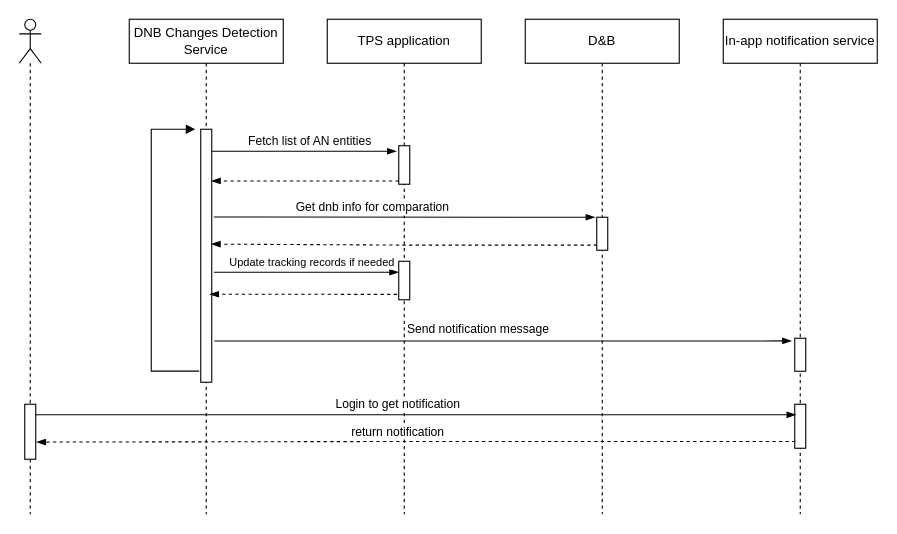
Before: Untitled Diagram.drawio in huangshijie/Drawio, a draw.io diagram. Source tidied: cells renumbered, new cells numbered last; positions are measured from the earlier drawing's top-left corner, leaving out a move shared by most shapes. Both pictures are drawn from the tidied source at 110%, with x=0, y=0 at pixel (19, 19).
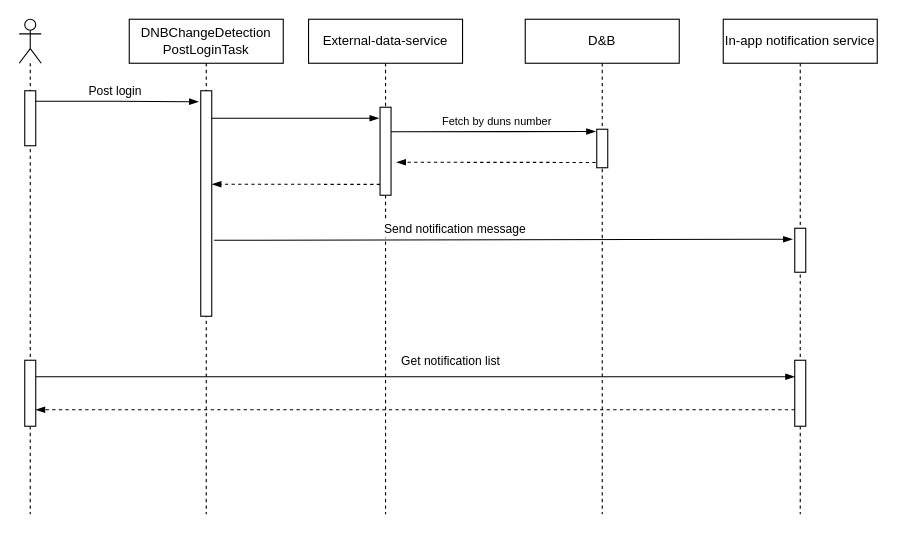
The same page after the edit.

What changed in the source:
```diff
@@
+    <mxCell id="30" style="group;" parent="1" vertex="1">
+      <mxGeometry width="780" height="450" as="geometry" />
+    </mxCell>
-    <mxCell id="2" value="TPS application" style="shape=umlLifeline;perimeter=lifelinePerimeter;whiteSpace=wrap;html=1;" parent="1" vertex="1">
-      <mxGeometry x="280" width="140" height="450" as="geometry" />
+    <mxCell id="2" value="External-data-service" style="shape=umlLifeline;perimeter=lifelinePerimeter;whiteSpace=wrap;html=1;" parent="30" vertex="1">
+      <mxGeometry x="263" width="140" height="450" as="geometry" />
     </mxCell>
     <mxCell id="3" style="html=1;points=[];perimeter=orthogonalPerimeter;" parent="2" vertex="1">
-      <mxGeometry x="65" y="115" width="10" height="35" as="geometry" />
+      <mxGeometry x="65" y="80" width="10" height="80" as="geometry" />
     </mxCell>
+    <mxCell id="9" style="edgeStyle=elbowEdgeStyle;fontSize=12;html=1;endArrow=blockThin;endFill=1;rounded=0;elbow=vertical;entryX=-0.1;entryY=0.116;entryDx=0;entryDy=0;entryPerimeter=0;" parent="2" edge="1" target="3">
+      <mxGeometry relative="1" as="geometry">
+        <mxPoint x="-88" y="90" as="sourcePoint" />
+      </mxGeometry>
+    </mxCell>
+    <mxCell id="29" style="edgeStyle=elbowEdgeStyle;fontSize=12;html=1;endArrow=blockThin;endFill=1;rounded=0;exitX=0.005;exitY=0.917;exitDx=0;exitDy=0;exitPerimeter=0;elbow=vertical;dashed=1;entryX=1.02;entryY=0.412;entryDx=0;entryDy=0;entryPerimeter=0;" parent="2" edge="1" target="16">
+      <mxGeometry relative="1" as="geometry">
+        <mxPoint x="65" y="150.1" as="sourcePoint" />
+        <Array as="points">
+          <mxPoint x="2.9" y="150" />
+        </Array>
+      </mxGeometry>
+    </mxCell>
+    <mxCell id="7" value="DNBChangeDetection&lt;br&gt;PostLoginTask" style="shape=umlLifeline;perimeter=lifelinePerimeter;whiteSpace=wrap;html=1;" parent="30" vertex="1">
+      <mxGeometry x="100" width="140" height="450" as="geometry" />
+    </mxCell>
+    <mxCell id="16" style="html=1;points=[];perimeter=orthogonalPerimeter;" parent="7" vertex="1">
+      <mxGeometry x="65" y="65" width="10" height="205" as="geometry" />
+    </mxCell>
+    <mxCell id="12" value="D&amp;amp;B" style="shape=umlLifeline;perimeter=lifelinePerimeter;whiteSpace=wrap;html=1;" parent="30" vertex="1">
+      <mxGeometry x="460" width="140" height="450" as="geometry" />
+    </mxCell>
-    <mxCell id="4" style="html=1;points=[];perimeter=orthogonalPerimeter;" parent="2" vertex="1">
-      <mxGeometry x="65" y="220" width="10" height="35" as="geometry" />
+    <mxCell id="4" style="html=1;points=[];perimeter=orthogonalPerimeter;" parent="12" vertex="1">
+      <mxGeometry x="65" y="100" width="10" height="35" as="geometry" />
     </mxCell>
+    <mxCell id="14" value="In-app notification service" style="shape=umlLifeline;perimeter=lifelinePerimeter;whiteSpace=wrap;html=1;" parent="30" vertex="1">
+      <mxGeometry x="640" width="140" height="450" as="geometry" />
+    </mxCell>
+    <mxCell id="13" style="html=1;points=[];perimeter=orthogonalPerimeter;" parent="14" vertex="1">
+      <mxGeometry x="65" y="190" width="10" height="40" as="geometry" />
+    </mxCell>
+    <mxCell id="31" style="rounded=0;whiteSpace=wrap;html=1;" parent="14" vertex="1">
+      <mxGeometry x="65" y="310" width="10" height="60" as="geometry" />
+    </mxCell>
+    <mxCell id="18" style="edgeStyle=elbowEdgeStyle;fontSize=12;html=1;endArrow=blockThin;endFill=1;rounded=0;exitX=-0.1;exitY=0.863;exitDx=0;exitDy=0;exitPerimeter=0;elbow=vertical;dashed=1;" parent="30" edge="1" source="4">
+      <mxGeometry relative="1" as="geometry">
+        <mxPoint x="343" y="130" as="targetPoint" />
+        <Array as="points">
+          <mxPoint x="363" y="130" />
+          <mxPoint x="523" y="130" />
+        </Array>
+      </mxGeometry>
+    </mxCell>
+    <mxCell id="21" style="shape=umlLifeline;participant=umlActor;perimeter=lifelinePerimeter;whiteSpace=wrap;html=1;verticalAlign=top;spacingTop=36;" parent="30" vertex="1">
+      <mxGeometry width="20" height="450" as="geometry" />
+    </mxCell>
+    <mxCell id="22" style="html=1;points=[];perimeter=orthogonalPerimeter;" parent="21" vertex="1">
+      <mxGeometry x="5" y="65" width="10" height="50" as="geometry" />
+    </mxCell>
+    <mxCell id="32" style="rounded=0;whiteSpace=wrap;html=1;" parent="21" vertex="1">
+      <mxGeometry x="5" y="310" width="10" height="60" as="geometry" />
+    </mxCell>
+    <mxCell id="23" style="edgeStyle=elbowEdgeStyle;fontSize=12;html=1;endArrow=blockThin;endFill=1;rounded=0;exitX=0.971;exitY=0.192;exitDx=0;exitDy=0;exitPerimeter=0;" parent="30" edge="1" source="22">
+      <mxGeometry relative="1" as="geometry">
+        <mxPoint x="163" y="75" as="targetPoint" />
+      </mxGeometry>
+    </mxCell>
+    <mxCell id="24" value="Post login" style="edgeLabel;html=1;align=center;verticalAlign=middle;" parent="23" vertex="1">
+      <mxGeometry x="-0.05" relative="1" as="geometry">
+        <mxPoint x="1" y="-10" as="offset" />
+      </mxGeometry>
+    </mxCell>
+    <mxCell id="27" style="edgeStyle=elbowEdgeStyle;fontSize=12;html=1;endArrow=blockThin;endFill=1;rounded=0;elbow=vertical;exitX=1.22;exitY=0.663;exitDx=0;exitDy=0;exitPerimeter=0;" parent="30" edge="1" source="16">
+      <mxGeometry relative="1" as="geometry">
+        <mxPoint x="703" y="200" as="targetPoint" />
+        <Array as="points">
+          <mxPoint x="443" y="200" />
+        </Array>
+      </mxGeometry>
+    </mxCell>
+    <mxCell id="28" value="&lt;span style=&quot;font-size: 11px;&quot;&gt;Send notification message&lt;/span&gt;" style="edgeLabel;html=1;align=center;verticalAlign=middle;fontSize=12;" parent="27" vertex="1">
+      <mxGeometry x="-0.17" relative="1" as="geometry">
+        <mxPoint y="-10" as="offset" />
+      </mxGeometry>
+    </mxCell>
-    <mxCell id="5" style="edgeStyle=elbowEdgeStyle;fontSize=12;html=1;endArrow=blockThin;endFill=1;rounded=0;elbow=vertical;" parent="2" edge="1">
+    <mxCell id="5" style="edgeStyle=elbowEdgeStyle;fontSize=12;html=1;endArrow=blockThin;endFill=1;rounded=0;elbow=vertical;entryX=-0.1;entryY=0.051;entryDx=0;entryDy=0;entryPerimeter=0;" parent="30" edge="1" target="4">
       <mxGeometry relative="1" as="geometry">
-        <mxPoint x="-103" y="230" as="sourcePoint" />
-        <mxPoint x="65" y="230" as="targetPoint" />
+        <mxPoint x="338" y="102.3" as="sourcePoint" />
       </mxGeometry>
     </mxCell>
-    <mxCell id="6" value="&lt;font style=&quot;font-size: 10px;&quot;&gt;Update tracking records if needed&lt;/font&gt;" style="edgeLabel;html=1;align=center;verticalAlign=middle;" parent="5" vertex="1">
+    <mxCell id="6" value="&lt;font style=&quot;font-size: 10px;&quot;&gt;Fetch by duns number&lt;/font&gt;" style="edgeLabel;html=1;align=center;verticalAlign=middle;" parent="5" vertex="1">
       <mxGeometry x="-0.13" y="-1" relative="1" as="geometry">
         <mxPoint x="15" y="-11" as="offset" />
       </mxGeometry>
     </mxCell>
-    <mxCell id="7" value="&lt;font style=&quot;font-size: 12px;&quot;&gt;DNB Changes Detection Service&lt;/font&gt;" style="shape=umlLifeline;perimeter=lifelinePerimeter;whiteSpace=wrap;html=1;" parent="1" vertex="1">
-      <mxGeometry x="100" width="140" height="450" as="geometry" />
-    </mxCell>
-    <mxCell id="8" style="edgeStyle=orthogonalEdgeStyle;html=1;align=left;spacingLeft=2;endArrow=block;rounded=0;exitX=-0.138;exitY=0.956;exitDx=0;exitDy=0;exitPerimeter=0;" parent="7" edge="1" source="11">
-      <mxGeometry relative="1" as="geometry">
-        <mxPoint x="60" y="100" as="targetPoint" />
-        <Array as="points">
-          <mxPoint x="20" y="320" />
-          <mxPoint x="20" y="100" />
-        </Array>
-      </mxGeometry>
-    </mxCell>
-    <mxCell id="9" style="edgeStyle=elbowEdgeStyle;fontSize=12;html=1;endArrow=blockThin;endFill=1;rounded=0;elbow=vertical;" parent="7" edge="1">
-      <mxGeometry relative="1" as="geometry">
-        <mxPoint x="75" y="120" as="sourcePoint" />
-        <mxPoint x="243" y="120" as="targetPoint" />
-      </mxGeometry>
-    </mxCell>
-    <mxCell id="10" value="Fetch list of AN entities" style="edgeLabel;html=1;align=center;verticalAlign=middle;" parent="9" vertex="1">
-      <mxGeometry x="-0.13" y="-1" relative="1" as="geometry">
-        <mxPoint x="15" y="-11" as="offset" />
-      </mxGeometry>
-    </mxCell>
-    <mxCell id="11" style="html=1;points=[];perimeter=orthogonalPerimeter;" parent="7" vertex="1">
-      <mxGeometry x="65" y="100" width="10" height="230" as="geometry" />
-    </mxCell>
-    <mxCell id="12" value="D&amp;amp;B" style="shape=umlLifeline;perimeter=lifelinePerimeter;whiteSpace=wrap;html=1;" parent="1" vertex="1">
-      <mxGeometry x="460" width="140" height="450" as="geometry" />
-    </mxCell>
-    <mxCell id="13" style="html=1;points=[];perimeter=orthogonalPerimeter;" parent="12" vertex="1">
-      <mxGeometry x="65" y="180" width="10" height="30" as="geometry" />
-    </mxCell>
-    <mxCell id="14" value="In-app notification service" style="shape=umlLifeline;perimeter=lifelinePerimeter;whiteSpace=wrap;html=1;" parent="1" vertex="1">
-      <mxGeometry x="640" width="140" height="450" as="geometry" />
-    </mxCell>
-    <mxCell id="15" style="html=1;points=[];perimeter=orthogonalPerimeter;" parent="14" vertex="1">
-      <mxGeometry x="65" y="290" width="10" height="30" as="geometry" />
-    </mxCell>
-    <mxCell id="16" style="html=1;points=[];perimeter=orthogonalPerimeter;" parent="14" vertex="1">
-      <mxGeometry x="65" y="350" width="10" height="40" as="geometry" />
-    </mxCell>
-    <mxCell id="17" style="edgeStyle=elbowEdgeStyle;fontSize=12;html=1;endArrow=blockThin;endFill=1;rounded=0;exitX=0.033;exitY=0.844;exitDx=0;exitDy=0;exitPerimeter=0;dashed=1;entryX=0.951;entryY=0.454;entryDx=0;entryDy=0;entryPerimeter=0;" parent="1" edge="1" source="13" target="11">
-      <mxGeometry relative="1" as="geometry" />
-    </mxCell>
-    <mxCell id="18" style="edgeStyle=elbowEdgeStyle;fontSize=12;html=1;endArrow=blockThin;endFill=1;rounded=0;exitX=0.005;exitY=0.917;exitDx=0;exitDy=0;exitPerimeter=0;elbow=vertical;dashed=1;entryX=0.961;entryY=0.206;entryDx=0;entryDy=0;entryPerimeter=0;" parent="1" edge="1" source="3" target="11">
-      <mxGeometry relative="1" as="geometry">
-        <Array as="points">
-          <mxPoint x="283" y="147" />
-        </Array>
-      </mxGeometry>
-    </mxCell>
-    <mxCell id="19" style="edgeStyle=elbowEdgeStyle;fontSize=12;html=1;endArrow=blockThin;endFill=1;rounded=0;entryX=-0.287;entryY=0.081;entryDx=0;entryDy=0;entryPerimeter=0;exitX=1.232;exitY=0.837;exitDx=0;exitDy=0;exitPerimeter=0;" parent="1" edge="1" source="11" target="15">
-      <mxGeometry relative="1" as="geometry" />
-    </mxCell>
-    <mxCell id="20" value="Send notification message" style="edgeLabel;html=1;align=center;verticalAlign=middle;" parent="19" vertex="1">
-      <mxGeometry x="-0.08" y="-2" relative="1" as="geometry">
-        <mxPoint x="-2" y="-13" as="offset" />
-      </mxGeometry>
-    </mxCell>
-    <mxCell id="21" style="shape=umlLifeline;participant=umlActor;perimeter=lifelinePerimeter;whiteSpace=wrap;html=1;verticalAlign=top;spacingTop=36;" parent="1" vertex="1">
-      <mxGeometry width="20" height="450" as="geometry" />
-    </mxCell>
-    <mxCell id="22" style="html=1;points=[];perimeter=orthogonalPerimeter;" parent="21" vertex="1">
-      <mxGeometry x="5" y="350" width="10" height="50" as="geometry" />
-    </mxCell>
-    <mxCell id="23" style="edgeStyle=elbowEdgeStyle;fontSize=12;html=1;endArrow=blockThin;endFill=1;rounded=0;exitX=0.971;exitY=0.192;exitDx=0;exitDy=0;exitPerimeter=0;entryX=0.114;entryY=0.24;entryDx=0;entryDy=0;entryPerimeter=0;" parent="1" edge="1" source="22" target="16">
-      <mxGeometry relative="1" as="geometry" />
-    </mxCell>
-    <mxCell id="24" value="Login to get notification" style="edgeLabel;html=1;align=center;verticalAlign=middle;" parent="23" vertex="1">
-      <mxGeometry x="-0.05" relative="1" as="geometry">
-        <mxPoint x="1" y="-10" as="offset" />
-      </mxGeometry>
-    </mxCell>
-    <mxCell id="25" style="edgeStyle=elbowEdgeStyle;fontSize=12;html=1;endArrow=blockThin;endFill=1;rounded=0;entryX=1.067;entryY=0.688;entryDx=0;entryDy=0;entryPerimeter=0;exitX=0.067;exitY=0.848;exitDx=0;exitDy=0;exitPerimeter=0;dashed=1;" parent="1" edge="1" source="16" target="22">
-      <mxGeometry relative="1" as="geometry">
-        <Array as="points">
-          <mxPoint x="320" y="390" />
-        </Array>
-      </mxGeometry>
-    </mxCell>
-    <mxCell id="26" value="return notification" style="edgeLabel;html=1;align=center;verticalAlign=middle;" parent="25" vertex="1">
-      <mxGeometry x="0.04" y="-2" relative="1" as="geometry">
-        <mxPoint x="-3" y="-7" as="offset" />
-      </mxGeometry>
-    </mxCell>
-    <mxCell id="27" style="edgeStyle=elbowEdgeStyle;fontSize=12;html=1;endArrow=blockThin;endFill=1;rounded=0;entryX=-0.151;entryY=0;entryDx=0;entryDy=0;entryPerimeter=0;elbow=vertical;exitX=1.196;exitY=0.347;exitDx=0;exitDy=0;exitPerimeter=0;" parent="1" edge="1" source="11" target="13">
-      <mxGeometry relative="1" as="geometry" />
-    </mxCell>
-    <mxCell id="28" value="&lt;span style=&quot;font-size: 11px;&quot;&gt;Get dnb info for comparation&lt;/span&gt;" style="edgeLabel;html=1;align=center;verticalAlign=middle;fontSize=12;" parent="27" vertex="1">
-      <mxGeometry x="-0.17" relative="1" as="geometry">
-        <mxPoint y="-10" as="offset" />
-      </mxGeometry>
-    </mxCell>
-    <mxCell id="29" style="edgeStyle=elbowEdgeStyle;fontSize=12;html=1;endArrow=blockThin;endFill=1;rounded=0;exitX=0.005;exitY=0.917;exitDx=0;exitDy=0;exitPerimeter=0;elbow=vertical;dashed=1;" parent="1" edge="1">
-      <mxGeometry relative="1" as="geometry">
-        <mxPoint x="343.4" y="250.1" as="sourcePoint" />
-        <mxPoint x="173" y="250" as="targetPoint" />
-        <Array as="points">
-          <mxPoint x="281.4" y="250" />
-        </Array>
-      </mxGeometry>
-    </mxCell>
+    <mxCell id="33" style="edgeStyle=orthogonalEdgeStyle;rounded=0;jettySize=auto;html=1;exitX=1;exitY=0.25;exitDx=0;exitDy=0;entryX=0;entryY=0.25;entryDx=0;entryDy=0;endArrow=blockThin;endFill=1;" parent="30" edge="1" source="32" target="31">
+      <mxGeometry relative="1" as="geometry" />
+    </mxCell>
+    <mxCell id="34" value="Get notification list" style="edgeLabel;html=1;align=center;verticalAlign=middle;" parent="33" vertex="1">
+      <mxGeometry x="0.02" y="3" relative="1" as="geometry">
+        <mxPoint x="24" y="-12" as="offset" />
+      </mxGeometry>
+    </mxCell>
+    <mxCell id="35" style="edgeStyle=orthogonalEdgeStyle;rounded=0;jettySize=auto;html=1;exitX=0;exitY=0.75;exitDx=0;exitDy=0;entryX=1;entryY=0.75;entryDx=0;entryDy=0;endArrow=blockThin;endFill=1;dashed=1;" parent="30" edge="1" source="31" target="32">
+      <mxGeometry relative="1" as="geometry" />
+    </mxCell>
```
